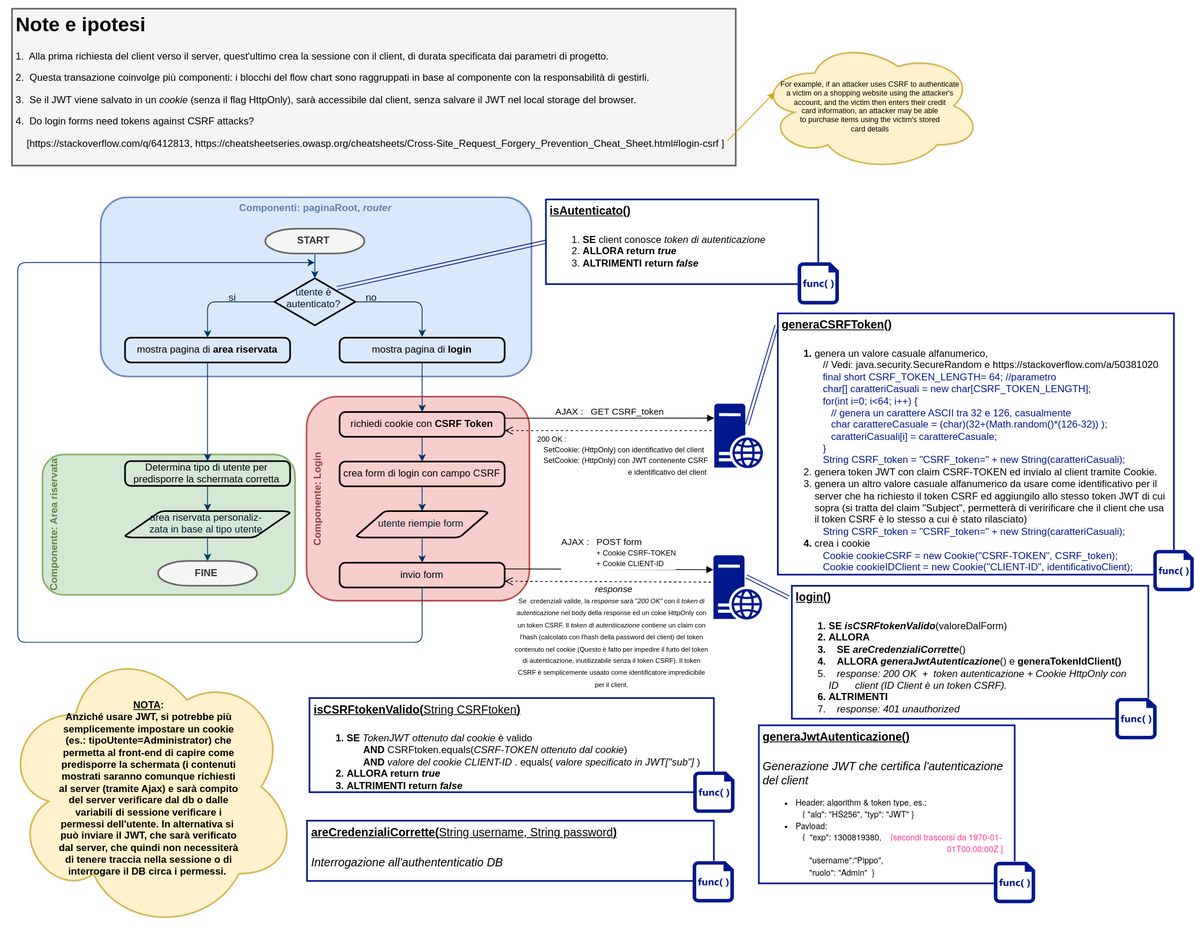
This is algoritmi schemi e note progettuali/algoritmi/Autenticazione.svg from matteoferfoglia/progetto-progrweb-2020, a draw.io export, as it was before one commit. Source tidied: cells renumbered, new cells last; positions are measured from the earlier drawing's top-left corner, leaving out a move shared by most shapes.
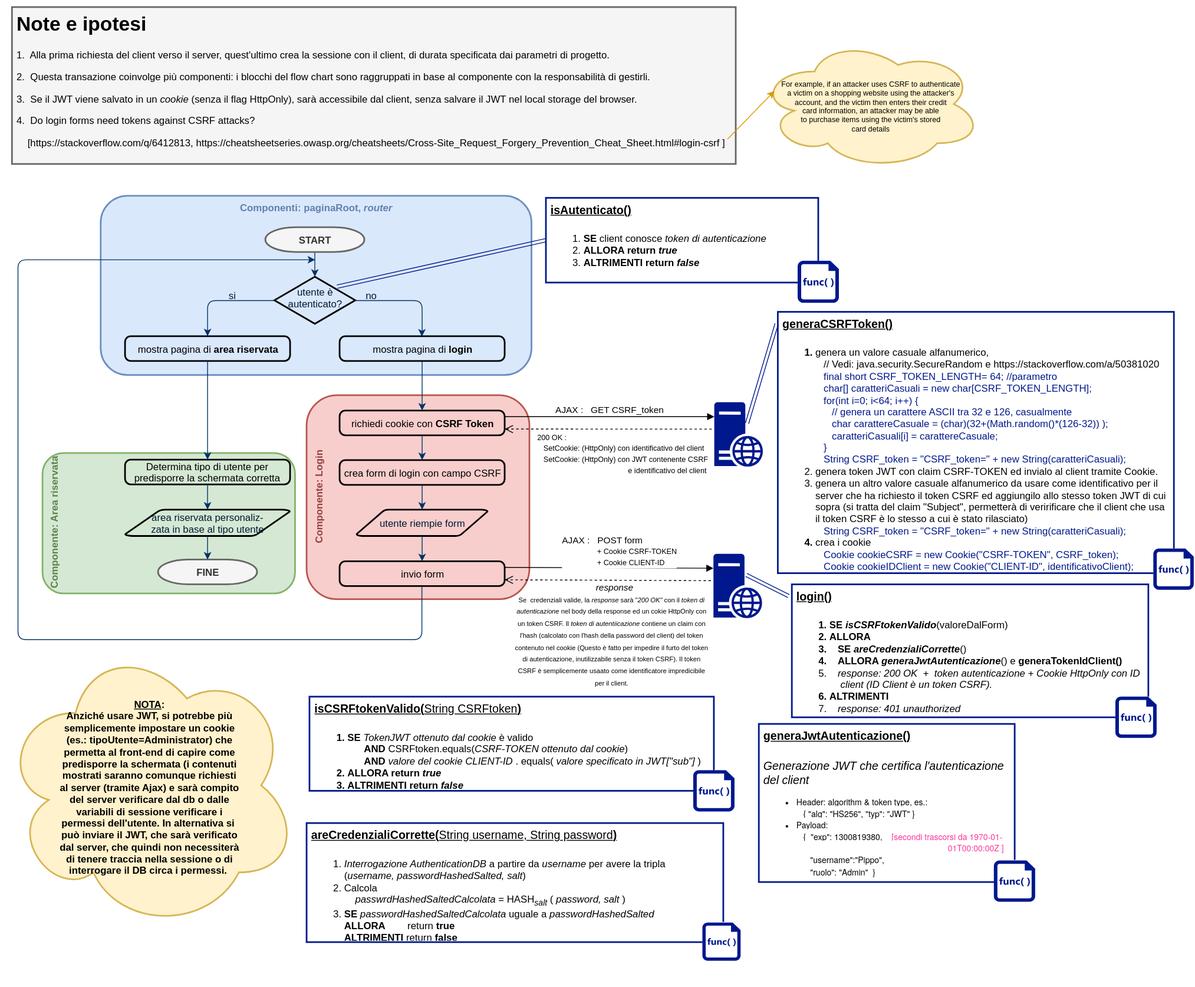
The same file after the commit.

Commit message:
Autenticazione funzionante.

The edit, as a diff of the source:
```diff
@@ -154,25 +154,25 @@
       <mxGeometry x="392" y="135.9" width="50" height="50" as="geometry" />
     </mxCell>
     <mxCell id="51" style="group;" parent="1" vertex="1">
-      <mxGeometry x="370.5" y="963.5" width="537" height="120" as="geometry" />
+      <mxGeometry x="370" y="943" width="550" height="237" as="geometry" />
     </mxCell>
     <mxCell id="52" style="group;" parent="51" vertex="1">
-      <mxGeometry width="537" height="120" as="geometry" />
+      <mxGeometry y="5.6" width="550" height="237" as="geometry" />
     </mxCell>
     <mxCell id="53" style="group;" parent="52" vertex="1">
-      <mxGeometry width="537" height="120" as="geometry" />
+      <mxGeometry width="550" height="237" as="geometry" />
     </mxCell>
-    <mxCell id="54" value="&lt;h1&gt;&lt;font style=&quot;font-size: 14px&quot;&gt;&lt;u&gt;areCredenzialiCorrette(&lt;span style=&quot;font-weight: normal&quot;&gt;String username, String password&lt;/span&gt;)&lt;/u&gt;&lt;/font&gt;&lt;/h1&gt;&lt;div&gt;&lt;span style=&quot;font-size: 14px&quot;&gt;&lt;i&gt;Interrogazione all'authententicatio DB&lt;/i&gt;&lt;/span&gt;&lt;/div&gt;&lt;p&gt;&lt;/p&gt;" style="text;html=1;spacing=5;spacingTop=-29;whiteSpace=wrap;overflow=hidden;rounded=0;strokeColor=#00188D;fillColor=none;strokeWidth=2;" parent="53" vertex="1">
-      <mxGeometry y="20" width="493" height="73" as="geometry" />
+    <mxCell id="54" value="&lt;h1&gt;&lt;font style=&quot;font-size: 14px&quot;&gt;&lt;u&gt;areCredenzialiCorrette(&lt;span style=&quot;font-weight: normal&quot;&gt;String username, String password&lt;/span&gt;)&lt;/u&gt;&lt;/font&gt;&lt;/h1&gt;&lt;div&gt;&lt;ol&gt;&lt;li&gt;&lt;span&gt;&lt;i&gt;Interrogazione AuthenticationDB&lt;/i&gt;&amp;nbsp;a partire da &lt;i&gt;username&amp;nbsp;&lt;/i&gt;per avere la tripla (&lt;i&gt;username, passwordHashedSalted, salt&lt;/i&gt;)&lt;/span&gt;&lt;/li&gt;&lt;li&gt;&lt;span&gt;Calcola&lt;br&gt;&lt;/span&gt;&lt;span&gt;&amp;nbsp; &amp;nbsp;&amp;nbsp;&lt;/span&gt;&lt;i&gt;passwrdHashedSaltedCalcolata &lt;/i&gt;&lt;span&gt;= HASH&lt;sub style=&quot;font-style: italic&quot;&gt;salt&lt;/sub&gt;&lt;span style=&quot;font-style: italic&quot;&gt;&amp;nbsp;&lt;/span&gt;( &lt;i&gt;password, salt&lt;/i&gt; )&lt;/span&gt;&lt;/li&gt;&lt;li&gt;&lt;span&gt;&lt;b&gt;SE&lt;/b&gt;&amp;nbsp;&lt;i&gt;passwordHashedSaltedCalcolata&lt;/i&gt;&amp;nbsp;uguale a &lt;i&gt;passwordHashedSalted&lt;/i&gt;&lt;br&gt;&lt;b&gt;ALLORA&amp;nbsp; &amp;nbsp; &amp;nbsp; &amp;nbsp;&amp;nbsp;&lt;/b&gt;return &lt;b&gt;true&lt;br&gt;ALTRIMENTI &lt;/b&gt;return &lt;b&gt;false&lt;/b&gt;&lt;/span&gt;&lt;/li&gt;&lt;/ol&gt;&lt;/div&gt;&lt;p&gt;&lt;/p&gt;" style="text;html=1;spacing=5;spacingTop=-29;whiteSpace=wrap;overflow=hidden;rounded=0;strokeColor=#00188D;fillColor=none;strokeWidth=2;" parent="53" vertex="1">
+      <mxGeometry y="39.5" width="504.9" height="144.2" as="geometry" />
     </mxCell>
     <mxCell id="55" style="group;" parent="53" vertex="1">
-      <mxGeometry x="467.5" y="68.7" width="50" height="50" as="geometry" />
+      <mxGeometry x="479.8" y="159.2" width="46.3" height="46.3" as="geometry" />
     </mxCell>
     <mxCell id="56" style="whiteSpace=wrap;html=1;shadow=0;fillColor=#ffffff;strokeColor=none;" parent="55" vertex="1">
-      <mxGeometry width="50" height="50" as="geometry" />
+      <mxGeometry width="46.3" height="46.3" as="geometry" />
     </mxCell>
     <mxCell id="57" style="shadow=0;dashed=0;html=1;strokeColor=none;labelPosition=center;verticalLabelPosition=bottom;verticalAlign=top;align=center;fillColor=#00188D;shape=mxgraph.mscae.enterprise.code_file;" parent="53" vertex="1">
-      <mxGeometry x="467.3" y="69" width="50" height="50" as="geometry" />
+      <mxGeometry x="479.6" y="159.9" width="46.3" height="46.3" as="geometry" />
     </mxCell>
     <mxCell id="58" style="group;" parent="1" vertex="1">
       <mxGeometry x="373.5" y="835" width="520" height="147" as="geometry" />
```
